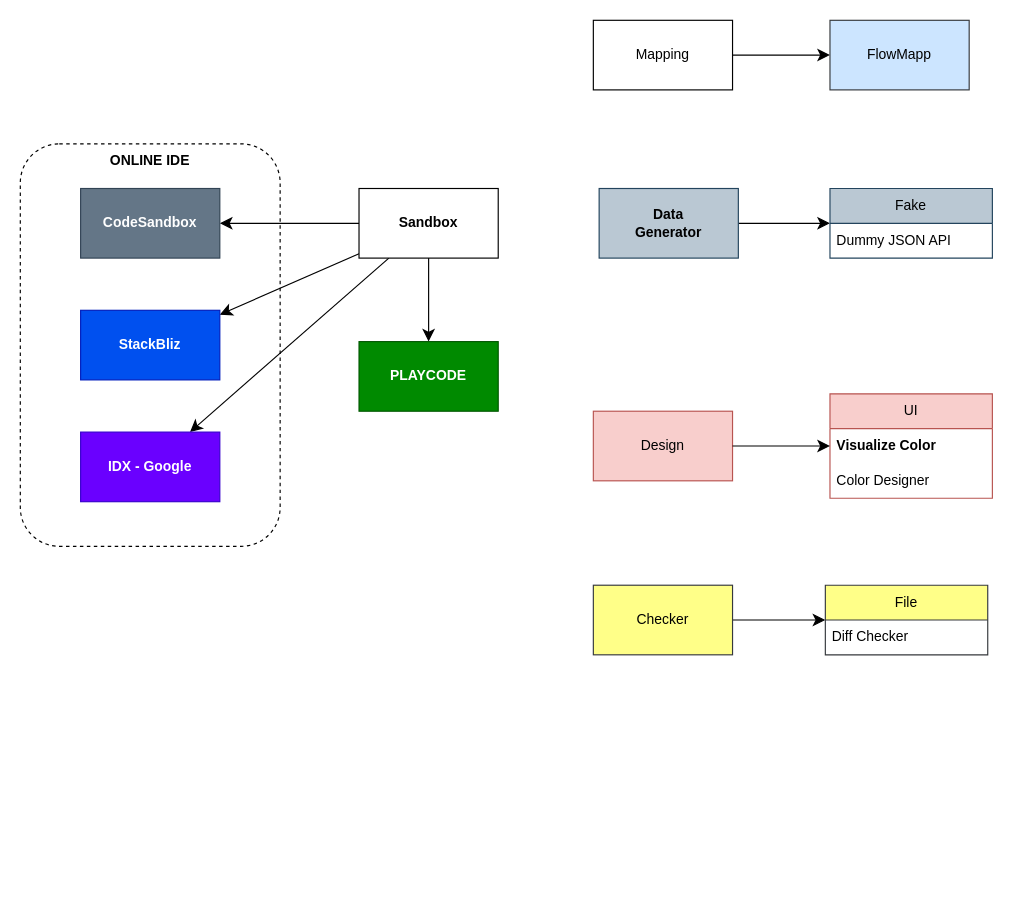
sunflynf/diagram-only keeps this draw.io diagram as page "Tools" (2 of 5) of Link_Bookmarks.drawio. Above is the earlier version. Source tidied: cells renumbered, new cells numbered last; positions are measured from the earlier drawing's top-left corner, leaving out a move shared by most shapes. Both pictures are drawn from the tidied source at 116%, with x=0, y=0 at pixel (20, 20).
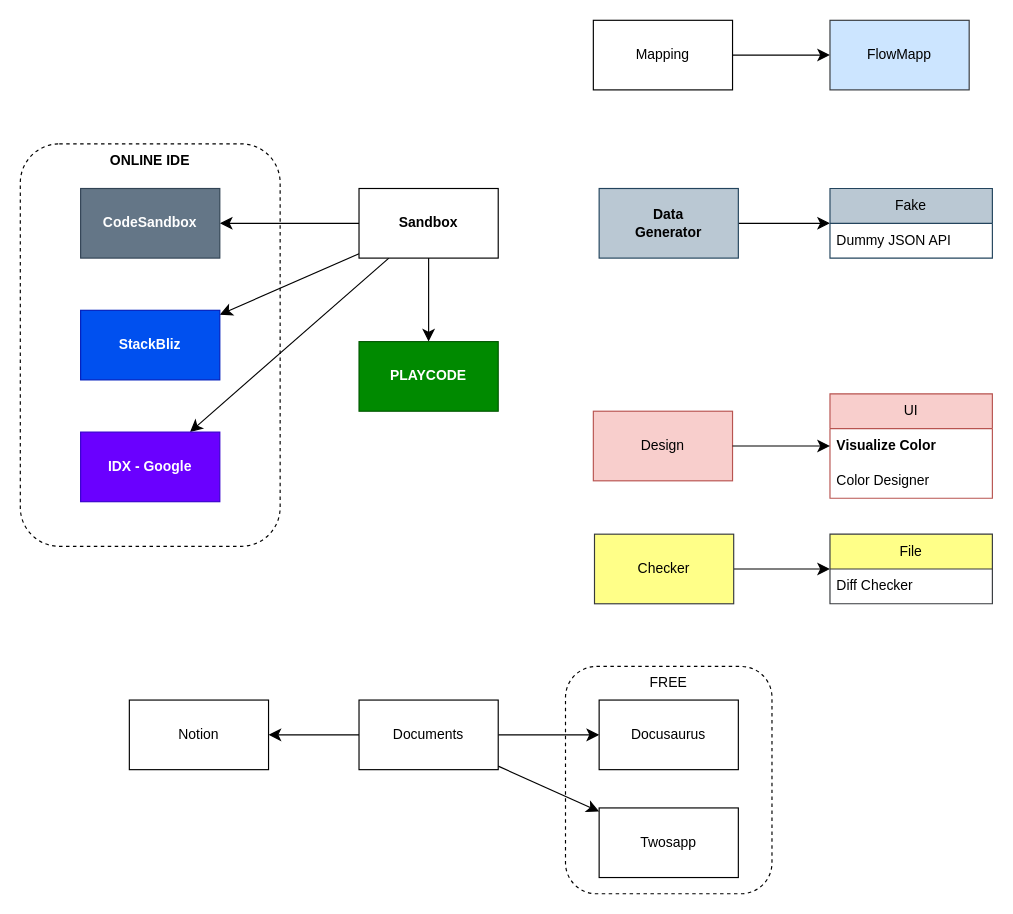
The same diagram, later.

Change to the diagram source:
```diff
@@
+    <mxCell id="28" value="FREE" style="rounded=1;whiteSpace=wrap;html=1;dashed=1;verticalAlign=top;" parent="1" vertex="1">
+      <mxGeometry x="470" y="557" width="178" height="196" as="geometry" />
+    </mxCell>
@@
     <mxCell id="25" value="Checker" style="whiteSpace=wrap;html=1;fillColor=#ffff88;strokeColor=#36393d;" parent="1" vertex="1">
-      <mxGeometry x="494" y="487" width="120" height="60" as="geometry" />
+      <mxGeometry x="495" y="443" width="120" height="60" as="geometry" />
     </mxCell>
     <mxCell id="26" value="File" style="swimlane;fontStyle=0;horizontal=1;startSize=30;whiteSpace=wrap;html=1;fillColor=#ffff88;strokeColor=#36393d;" parent="1" vertex="1">
-      <mxGeometry x="694" y="487" width="140" height="60" as="geometry" />
+      <mxGeometry x="698" y="443" width="140" height="60" as="geometry" />
     </mxCell>
@@
+    <mxCell id="29" style="edgeStyle=none;curved=1;rounded=0;jettySize=auto;html=1;fontSize=12;startSize=8;endSize=8;" parent="1" edge="1" source="32" target="33">
+      <mxGeometry relative="1" as="geometry" />
+    </mxCell>
+    <mxCell id="30" style="edgeStyle=none;curved=1;rounded=0;jettySize=auto;html=1;fontSize=12;startSize=8;endSize=8;" parent="1" edge="1" source="32" target="34">
+      <mxGeometry relative="1" as="geometry" />
+    </mxCell>
+    <mxCell id="31" style="edgeStyle=none;curved=1;rounded=0;jettySize=auto;html=1;fontSize=12;startSize=8;endSize=8;" parent="1" edge="1" source="32" target="35">
+      <mxGeometry relative="1" as="geometry" />
+    </mxCell>
+    <mxCell id="32" value="Documents" style="whiteSpace=wrap;html=1;" parent="1" vertex="1">
+      <mxGeometry x="292" y="586" width="120" height="60" as="geometry" />
+    </mxCell>
+    <mxCell id="33" value="Notion" style="whiteSpace=wrap;html=1;" parent="1" vertex="1">
+      <mxGeometry x="94" y="586" width="120" height="60" as="geometry" />
+    </mxCell>
+    <mxCell id="34" value="Docusaurus" style="whiteSpace=wrap;html=1;" parent="1" vertex="1">
+      <mxGeometry x="499" y="586" width="120" height="60" as="geometry" />
+    </mxCell>
+    <mxCell id="35" value="Twosapp" style="whiteSpace=wrap;html=1;" parent="1" vertex="1">
+      <mxGeometry x="499" y="679" width="120" height="60" as="geometry" />
+    </mxCell>
```
